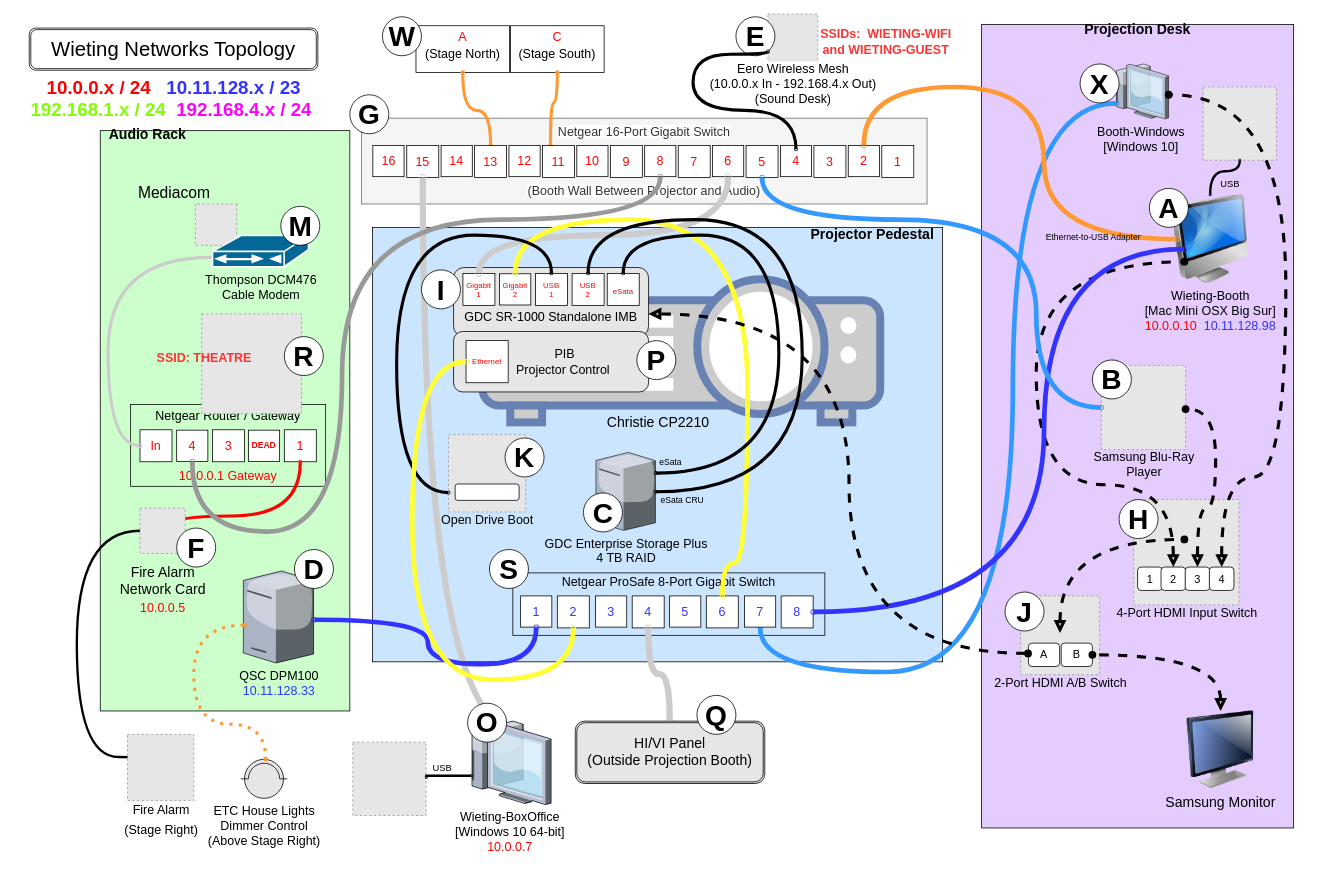
This is site/static/Wieting-Networks-Topology-2021.drawio from SummittDweller/wieting-one-click-hugo-cms, a draw.io file, before an edit. Source tidied: cells renumbered, new cells numbered last; positions are measured from the earlier drawing's top-left corner, leaving out a move shared by most shapes. Both pictures are drawn from the tidied source at 78%, with x=0, y=0 at pixel (13, 13). Pictures stored in the file or linked from it are replaced by grey dashed boxes.
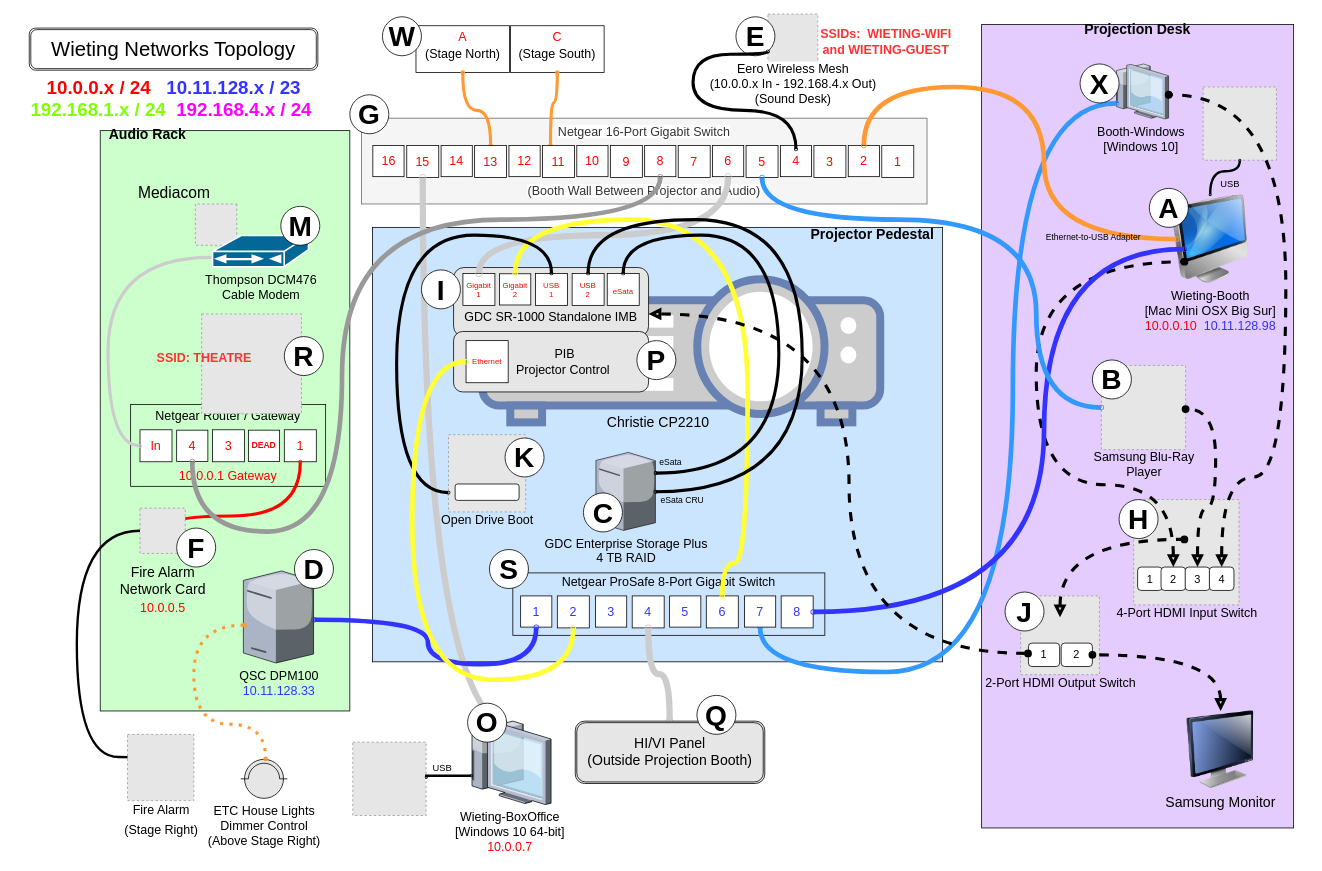
After the change.

Commit message (it also covers changes not shown here):
Updated diagram and network table

The change refers to these unchanged cells:
```xml
<mxCell id="82" value="&lt;p style=&quot;line-height: 70%&quot;&gt;&lt;font color=&quot;#000000&quot;&gt;&lt;span style=&quot;font-size: 16px&quot;&gt;4-Port HDMI Input Switch&lt;/span&gt;&lt;/font&gt;&lt;font style=&quot;font-size: 20px&quot;&gt;&lt;br&gt;&lt;/font&gt;&lt;/p&gt;" style="fillColor=#E6E6E6;strokeColor=#999999;dashed=1;html=1;verticalAlign=top;verticalLabelPosition=bottom;labelBackgroundColor=none;fontSize=26;fontColor=#FF0000;spacing=-25;spacingTop=-8;" parent="1" vertex="1">
  <mxGeometry x="1436" y="623" width="135" height="135" as="geometry" />
</mxCell>
<mxCell id="137" value="4" style="rounded=1;whiteSpace=wrap;html=1;fontSize=14;" parent="1" vertex="1">
  <mxGeometry x="1533" y="709.5" width="31.5" height="30" as="geometry" />
</mxCell>
```

Diff of the diagram source:
```diff
@@
-    <mxCell id="127" value="&lt;p style=&quot;line-height: 70%&quot;&gt;&lt;font color=&quot;#000000&quot;&gt;&lt;span style=&quot;font-size: 16px&quot;&gt;2-Port HDMI A/B Switch&lt;/span&gt;&lt;/font&gt;&lt;font style=&quot;font-size: 20px&quot;&gt;&lt;br&gt;&lt;/font&gt;&lt;/p&gt;" style="fillColor=#E6E6E6;strokeColor=#999999;dashed=1;html=1;verticalAlign=top;verticalLabelPosition=bottom;labelBackgroundColor=none;fontSize=26;fontColor=#FF0000;spacing=-25;spacingTop=-8;" parent="1" vertex="1">
+    <mxCell id="127" value="&lt;p style=&quot;line-height: 70%&quot;&gt;&lt;font color=&quot;#000000&quot;&gt;&lt;span style=&quot;font-size: 16px&quot;&gt;2-Port HDMI Output Switch&lt;/span&gt;&lt;/font&gt;&lt;font style=&quot;font-size: 20px&quot;&gt;&lt;br&gt;&lt;/font&gt;&lt;/p&gt;" style="fillColor=#E6E6E6;strokeColor=#999999;dashed=1;html=1;verticalAlign=top;verticalLabelPosition=bottom;labelBackgroundColor=none;fontSize=26;fontColor=#FF0000;spacing=-25;spacingTop=-8;" parent="1" vertex="1">
       <mxGeometry x="1291" y="746.5" width="101" height="101" as="geometry" />
     </mxCell>
-    <mxCell id="128" style="edgeStyle=orthogonalEdgeStyle;rounded=0;html=1;exitX=0.5;exitY=0.47;startArrow=block;startFill=0;endArrow=oval;endFill=1;jettySize=auto;strokeColor=#000000;strokeWidth=4;fontSize=26;fontColor=#FF0000;exitDx=0;exitDy=0;exitPerimeter=0;entryX=0.481;entryY=0.378;entryDx=0;entryDy=0;entryPerimeter=0;dashed=1;curved=1;" parent="1" edge="1" source="127" target="82">
+    <mxCell id="128" style="edgeStyle=orthogonalEdgeStyle;rounded=0;html=1;startArrow=block;startFill=0;endArrow=oval;endFill=1;jettySize=auto;strokeColor=#000000;strokeWidth=4;fontSize=26;fontColor=#FF0000;entryX=0.481;entryY=0.378;entryDx=0;entryDy=0;entryPerimeter=0;dashed=1;curved=1;exitX=0.5;exitY=0.272;exitDx=0;exitDy=0;exitPerimeter=0;" parent="1" edge="1" source="127" target="82">
       <mxGeometry relative="1" as="geometry">
         <Array as="points">
-          <mxPoint x="1341" y="674" />
+          <mxPoint x="1342" y="674" />
         </Array>
       </mxGeometry>
     </mxCell>
-    <mxCell id="129" value="A" style="rounded=1;whiteSpace=wrap;html=1;fontSize=14;" parent="1" vertex="1">
+    <mxCell id="129" value="1" style="rounded=1;whiteSpace=wrap;html=1;fontSize=14;" parent="1" vertex="1">
       <mxGeometry x="1301" y="807" width="40" height="30" as="geometry" />
     </mxCell>
-    <mxCell id="130" value="&lt;font style=&quot;font-size: 14px&quot;&gt;B&lt;/font&gt;" style="rounded=1;whiteSpace=wrap;html=1;" parent="1" vertex="1">
+    <mxCell id="130" value="&lt;font style=&quot;font-size: 14px&quot;&gt;2&lt;/font&gt;" style="rounded=1;whiteSpace=wrap;html=1;" parent="1" vertex="1">
       <mxGeometry x="1343" y="807" width="40" height="30" as="geometry" />
     </mxCell>
@@
     <mxCell id="139" style="rounded=0;html=1;startArrow=block;startFill=0;endArrow=oval;endFill=1;jettySize=auto;strokeColor=#000000;strokeWidth=4;fontSize=26;fontColor=#FF0000;dashed=1;elbow=vertical;edgeStyle=orthogonalEdgeStyle;curved=1;exitX=0.5;exitY=0;exitDx=0;exitDy=0;" parent="1" edge="1" source="137">
       <mxGeometry relative="1" as="geometry">
         <mxPoint x="1480.8" y="104" as="targetPoint" />
         <Array as="points">
+          <mxPoint x="1548" y="710" />
           <mxPoint x="1548" y="594" />
           <mxPoint x="1631" y="594" />
           <mxPoint x="1631" y="104" />
         </Array>
       </mxGeometry>
     </mxCell>
```
